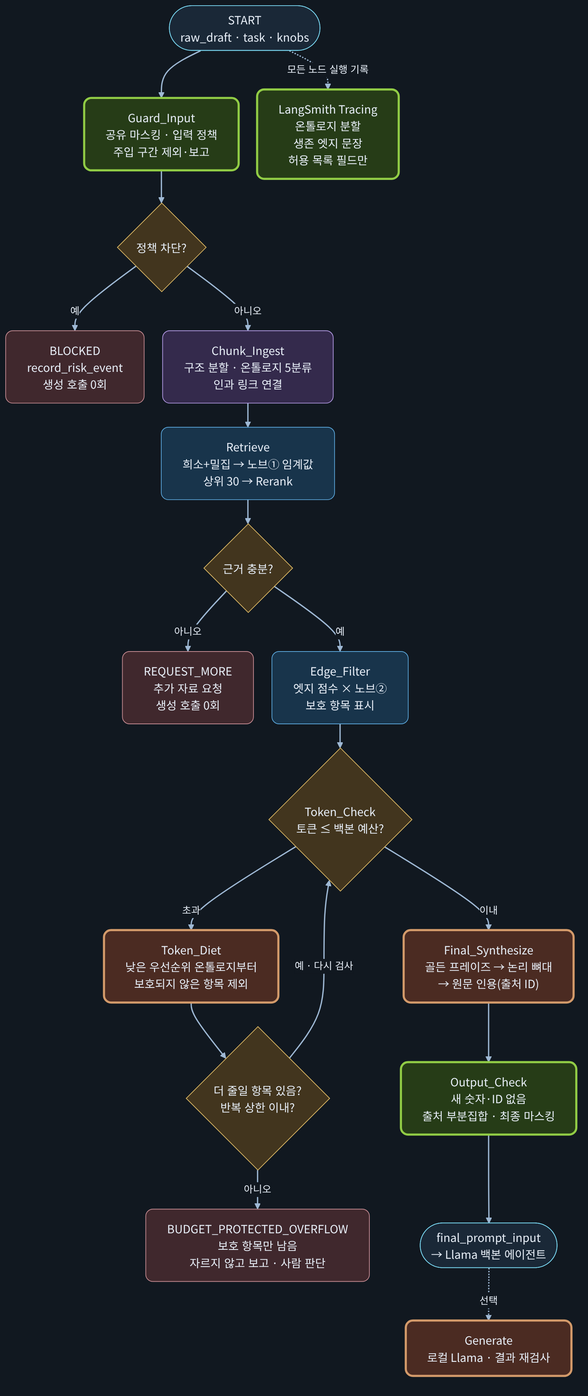
ai-agent-orchestrator/langchain-rag-research-agent keeps this Mermaid diagram as docs/diagrams/02-langgraph-flow.png. Above is the earlier version. Its source is kept beside it as docs/diagrams/02-langgraph-flow.mmd.
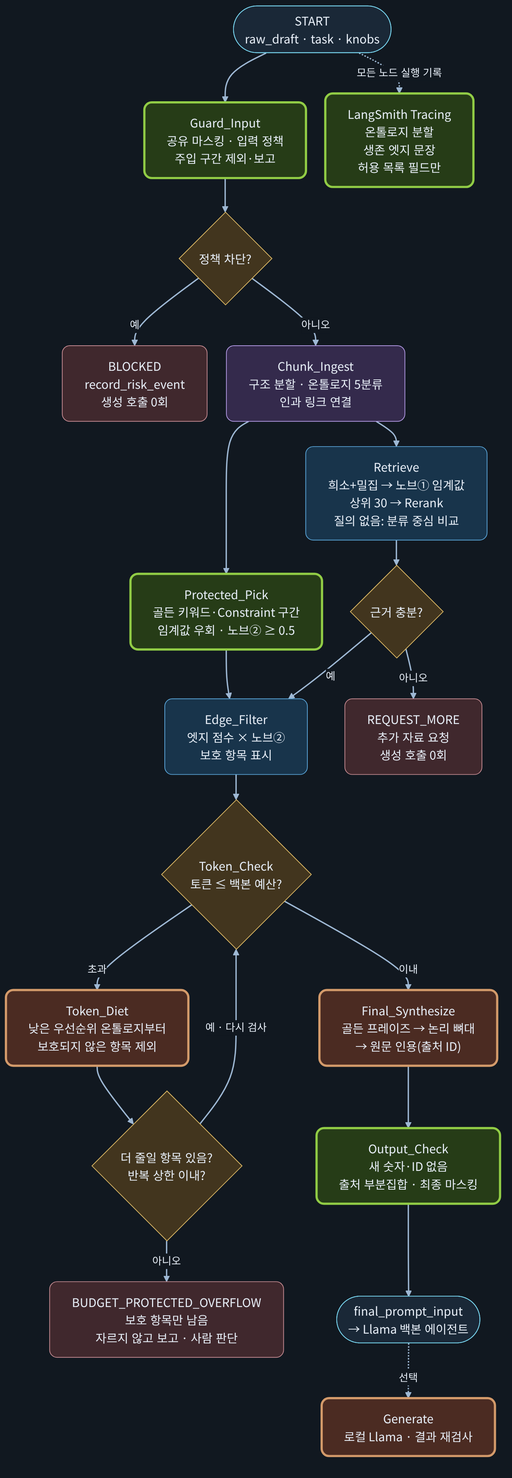
Above is the later version.

What changed in the source:
```diff
@@ -4,7 +4,9 @@
   GI --> GB{"정책 차단?"}
   GB -->|"예"| B1["BLOCKED<br/>record_risk_event<br/>생성 호출 0회"]
   GB -->|"아니오"| CI["Chunk_Ingest<br/>구조 분할 · 온톨로지 5분류<br/>인과 링크 연결"]
-  CI --> RT["Retrieve<br/>희소+밀집 → 노브① 임계값<br/>상위 30 → Rerank"]
+  CI --> PP["Protected_Pick<br/>골든 키워드·Constraint 구간<br/>임계값 우회 · 노브② ≥ 0.5"]
+  PP --> EF
+  CI --> RT["Retrieve<br/>희소+밀집 → 노브① 임계값<br/>상위 30 → Rerank<br/>질의 없음: 분류 중심 비교"]
   RT --> RG{"근거 충분?"}
   RG -->|"아니오"| B2["REQUEST_MORE<br/>추가 자료 요청<br/>생성 호출 0회"]
   RG -->|"예"| EF["Edge_Filter<br/>엣지 점수 × 노브②<br/>보호 항목 표시"]
@@ -33,4 +35,5 @@
   class RT,EF engineering;
   class TD,FS,GEN worker;
   class GB,RG,TC,DC control;
+  class PP guard;
   class B1,B2,B3 stop;
```
